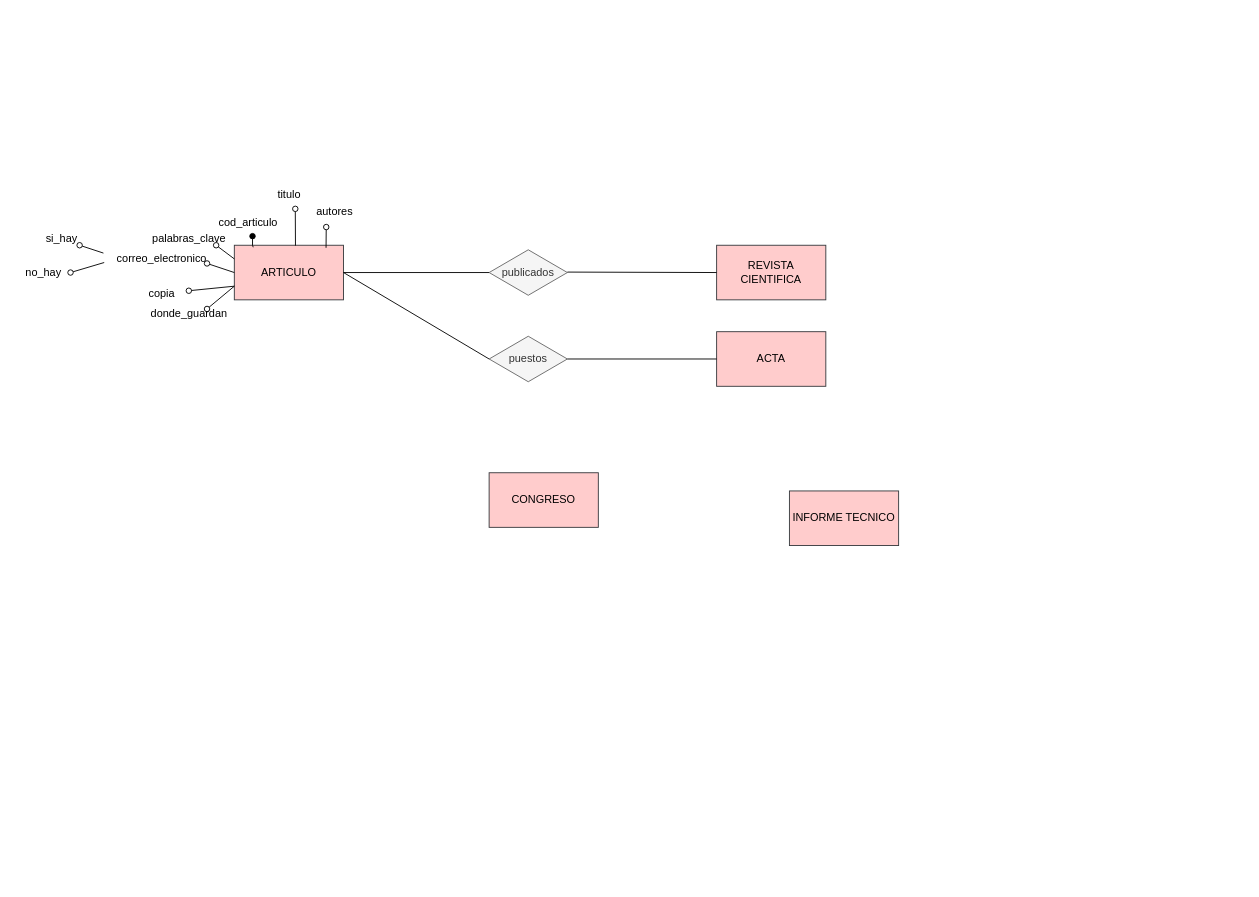
Above: Diagrama sin título.drawio in Paula424/Bases_De_Datos (draw.io), before the change. Source tidied: cells renumbered, new cells numbered last; positions are measured from the earlier drawing's top-left corner, leaving out a move shared by most shapes. Both pictures are drawn from the tidied source at 91%, with x=0, y=0 at pixel (15, 181).
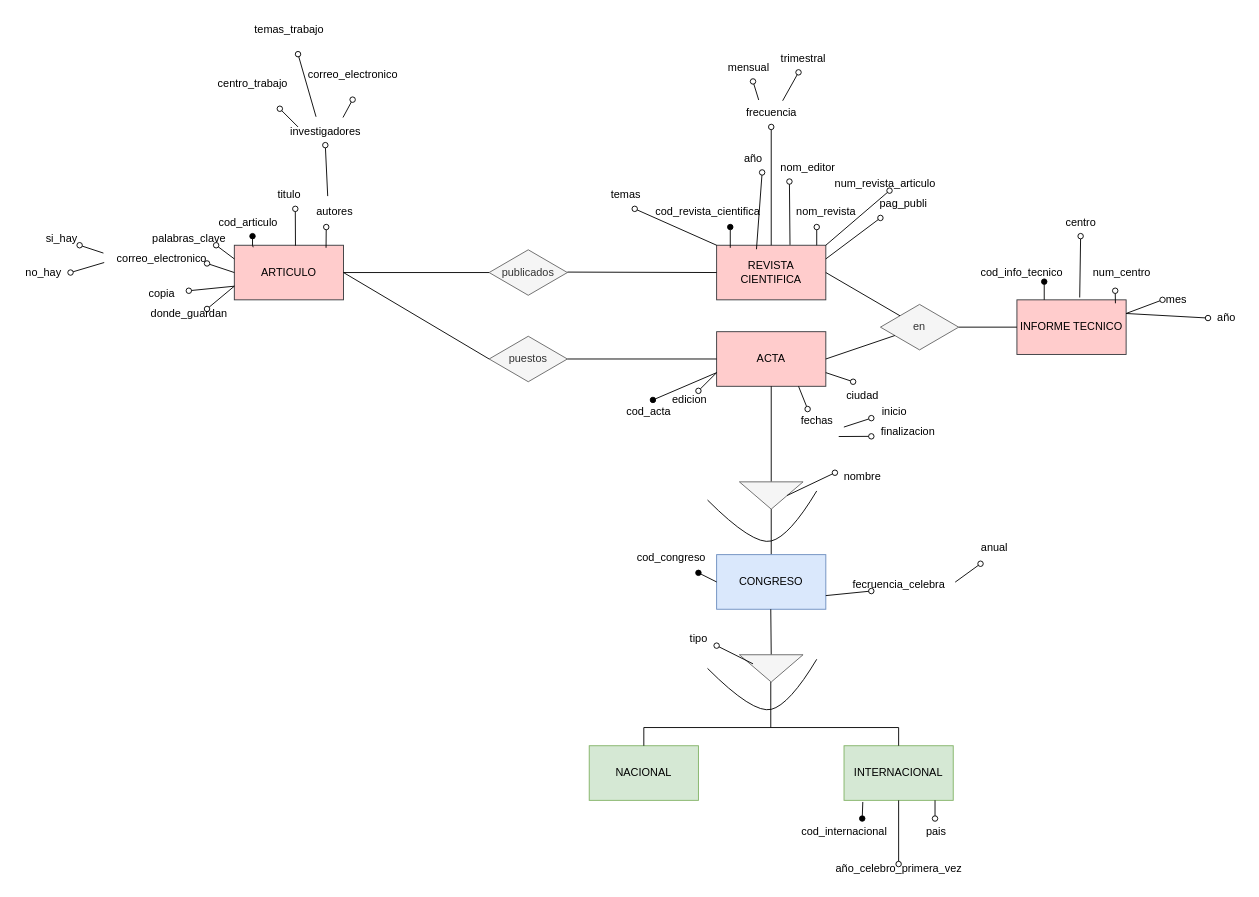
After the change.

Unchanged cells that the change refers to:
```xml
<mxCell id="4" value="ACTA" style="rounded=0;whiteSpace=wrap;html=1;fillColor=#ffcccc;strokeColor=#36393d;" parent="1" vertex="1">
  <mxGeometry x="770" y="165" width="120" height="60" as="geometry" />
</mxCell>
<mxCell id="5" value="REVISTA CIENTIFICA" style="rounded=0;whiteSpace=wrap;html=1;fillColor=#ffcccc;strokeColor=#36393d;" parent="1" vertex="1">
  <mxGeometry x="770" y="70" width="120" height="60" as="geometry" />
</mxCell>
<mxCell id="12" value="autores" style="text;html=1;align=center;verticalAlign=middle;points=[];strokeColor=none;fillColor=none;" parent="1" vertex="1">
  <mxGeometry x="320" y="18" width="60" height="30" as="geometry" />
</mxCell>
```

The edit, as a diff of the source:
```diff
@@
     <mxCell id="3" value="INFORME TECNICO" style="rounded=0;whiteSpace=wrap;html=1;fillColor=#ffcccc;strokeColor=#36393d;" parent="1" vertex="1">
-      <mxGeometry x="850" y="340" width="120" height="60" as="geometry" />
+      <mxGeometry x="1100" y="130" width="120" height="60" as="geometry" />
     </mxCell>
@@
-    <mxCell id="6" value="CONGRESO" style="rounded=0;whiteSpace=wrap;html=1;fillColor=#ffcccc;strokeColor=#36393d;" parent="1" vertex="1">
-      <mxGeometry x="520" y="320" width="120" height="60" as="geometry" />
-    </mxCell>
@@
+    <mxCell id="31" value="en" style="rhombus;whiteSpace=wrap;html=1;fillColor=#f5f5f5;fontColor=#333333;strokeColor=#666666;" parent="1" vertex="1">
+      <mxGeometry x="950" y="135" width="86" height="50" as="geometry" />
+    </mxCell>
+    <mxCell id="32" style="endArrow=none;html=1;rounded=0;exitX=1;exitY=0.5;exitDx=0;exitDy=0;entryX=0;entryY=0;entryDx=0;entryDy=0;" parent="1" edge="1" source="5" target="31">
+      <mxGeometry relative="1" as="geometry" />
+    </mxCell>
+    <mxCell id="33" style="endArrow=none;html=1;rounded=0;exitX=1;exitY=0.5;exitDx=0;exitDy=0;" parent="1" edge="1" source="4" target="31">
+      <mxGeometry relative="1" as="geometry" />
+    </mxCell>
+    <mxCell id="34" style="endArrow=none;html=1;rounded=0;exitX=1;exitY=0.5;exitDx=0;exitDy=0;entryX=0;entryY=0.5;entryDx=0;entryDy=0;" parent="1" edge="1" source="31" target="3">
+      <mxGeometry relative="1" as="geometry" />
+    </mxCell>
+    <mxCell id="35" style="endArrow=none;html=1;rounded=0;exitX=0.5;exitY=1;exitDx=0;exitDy=0;" parent="1" edge="1" source="4" target="36">
+      <mxGeometry relative="1" as="geometry" />
+    </mxCell>
+    <mxCell id="36" style="triangle;whiteSpace=wrap;html=1;rotation=90;fillColor=#f5f5f5;strokeColor=#666666;fontColor=#333333;" parent="1" vertex="1">
+      <mxGeometry x="815" y="310" width="30" height="70" as="geometry" />
+    </mxCell>
+    <mxCell id="37" style="endArrow=none;html=1;rounded=0;exitX=1;exitY=0.5;exitDx=0;exitDy=0;entryX=0.5;entryY=0;entryDx=0;entryDy=0;" parent="1" edge="1" source="36">
+      <mxGeometry relative="1" as="geometry">
+        <mxPoint x="830" y="410" as="targetPoint" />
+      </mxGeometry>
+    </mxCell>
+    <mxCell id="38" style="curved=1;endArrow=none;html=1;rounded=0;endFill=0;" parent="1" edge="1">
+      <mxGeometry relative="1" as="geometry">
+        <mxPoint x="760" y="350" as="sourcePoint" />
+        <mxPoint x="880" y="340" as="targetPoint" />
+        <Array as="points">
+          <mxPoint x="810" y="400" />
+          <mxPoint x="850" y="390" />
+        </Array>
+      </mxGeometry>
+    </mxCell>
+    <mxCell id="39" style="endArrow=oval;html=1;rounded=0;exitX=0.25;exitY=0;exitDx=0;exitDy=0;endFill=1;" parent="1" edge="1" source="3">
+      <mxGeometry relative="1" as="geometry">
+        <mxPoint x="1130" y="110" as="targetPoint" />
+      </mxGeometry>
+    </mxCell>
+    <mxCell id="40" value="cod_info_tecnico" style="text;html=1;align=center;verticalAlign=middle;strokeColor=none;fillColor=none;" parent="1" vertex="1">
+      <mxGeometry x="1050" y="85" width="110" height="30" as="geometry" />
+    </mxCell>
+    <mxCell id="41" style="endArrow=oval;html=1;rounded=0;exitX=0.902;exitY=0.063;exitDx=0;exitDy=0;exitPerimeter=0;endFill=0;" parent="1" edge="1" source="3">
+      <mxGeometry relative="1" as="geometry">
+        <mxPoint x="1208" y="120" as="targetPoint" />
+      </mxGeometry>
+    </mxCell>
+    <mxCell id="42" value="num_centro" style="text;html=1;align=center;verticalAlign=middle;strokeColor=none;fillColor=none;" parent="1" vertex="1">
+      <mxGeometry x="1170" y="85" width="90" height="30" as="geometry" />
+    </mxCell>
+    <mxCell id="43" style="endArrow=oval;html=1;rounded=0;exitX=0.575;exitY=-0.043;exitDx=0;exitDy=0;exitPerimeter=0;endFill=0;" parent="1" edge="1" source="3">
+      <mxGeometry relative="1" as="geometry">
+        <mxPoint x="1170" y="60" as="targetPoint" />
+      </mxGeometry>
+    </mxCell>
+    <mxCell id="44" value="centro" style="text;html=1;align=center;verticalAlign=middle;strokeColor=none;fillColor=none;" parent="1" vertex="1">
+      <mxGeometry x="1140" y="30" width="60" height="30" as="geometry" />
+    </mxCell>
+    <mxCell id="45" style="endArrow=oval;html=1;rounded=0;exitX=1;exitY=0.25;exitDx=0;exitDy=0;endFill=0;" parent="1" edge="1" source="3">
+      <mxGeometry relative="1" as="geometry">
+        <mxPoint x="1260" y="130" as="targetPoint" />
+      </mxGeometry>
+    </mxCell>
+    <mxCell id="46" value="mes" style="text;html=1;align=center;verticalAlign=middle;strokeColor=none;fillColor=none;" parent="1" vertex="1">
+      <mxGeometry x="1250" y="115" width="50" height="30" as="geometry" />
+    </mxCell>
+    <mxCell id="47" style="endArrow=oval;html=1;rounded=0;exitX=1;exitY=0.25;exitDx=0;exitDy=0;endFill=0;" parent="1" edge="1" source="3">
+      <mxGeometry relative="1" as="geometry">
+        <mxPoint x="1310" y="150" as="targetPoint" />
+      </mxGeometry>
+    </mxCell>
+    <mxCell id="48" value="año" style="text;html=1;align=center;verticalAlign=middle;strokeColor=none;fillColor=none;" parent="1" vertex="1">
+      <mxGeometry x="1310" y="135" width="40" height="30" as="geometry" />
+    </mxCell>
+    <mxCell id="49" style="endArrow=oval;html=1;rounded=0;exitX=0.5;exitY=0;exitDx=0;exitDy=0;endFill=0;" parent="1" edge="1" source="36">
+      <mxGeometry relative="1" as="geometry">
+        <mxPoint x="900" y="320" as="targetPoint" />
+      </mxGeometry>
+    </mxCell>
+    <mxCell id="50" value="nombre" style="text;html=1;align=center;verticalAlign=middle;strokeColor=none;fillColor=none;" parent="1" vertex="1">
+      <mxGeometry x="900" y="310" width="60" height="30" as="geometry" />
+    </mxCell>
+    <mxCell id="51" style="endArrow=oval;html=1;rounded=0;exitX=0;exitY=0.75;exitDx=0;exitDy=0;endFill=0;" parent="1" edge="1" source="4">
+      <mxGeometry relative="1" as="geometry">
+        <mxPoint x="750" y="230" as="targetPoint" />
+      </mxGeometry>
+    </mxCell>
+    <mxCell id="52" value="edicion" style="text;html=1;align=center;verticalAlign=middle;strokeColor=none;fillColor=none;" parent="1" vertex="1">
+      <mxGeometry x="710" y="225" width="60" height="30" as="geometry" />
+    </mxCell>
+    <mxCell id="53" style="endArrow=oval;html=1;rounded=0;exitX=0;exitY=0.75;exitDx=0;exitDy=0;endFill=1;" parent="1" edge="1" source="4">
+      <mxGeometry relative="1" as="geometry">
+        <mxPoint x="700" y="240" as="targetPoint" />
+      </mxGeometry>
+    </mxCell>
+    <mxCell id="54" value="cod_acta" style="text;html=1;align=center;verticalAlign=middle;strokeColor=none;fillColor=none;" parent="1" vertex="1">
+      <mxGeometry x="660" y="238" width="70" height="30" as="geometry" />
+    </mxCell>
+    <mxCell id="55" style="endArrow=oval;html=1;rounded=0;exitX=1;exitY=0.75;exitDx=0;exitDy=0;endFill=0;" parent="1" edge="1" source="4">
+      <mxGeometry relative="1" as="geometry">
+        <mxPoint x="920" y="220" as="targetPoint" />
+      </mxGeometry>
+    </mxCell>
+    <mxCell id="56" value="ciudad" style="text;html=1;align=center;verticalAlign=middle;strokeColor=none;fillColor=none;" parent="1" vertex="1">
+      <mxGeometry x="900" y="220" width="60" height="30" as="geometry" />
+    </mxCell>
+    <mxCell id="57" style="endArrow=oval;html=1;rounded=0;exitX=0.75;exitY=1;exitDx=0;exitDy=0;endFill=0;" parent="1" edge="1" source="4">
+      <mxGeometry relative="1" as="geometry">
+        <mxPoint x="870" y="250" as="targetPoint" />
+      </mxGeometry>
+    </mxCell>
+    <mxCell id="58" value="fechas" style="text;html=1;align=center;verticalAlign=middle;points=[];strokeColor=none;fillColor=none;" parent="1" vertex="1">
+      <mxGeometry x="850" y="248" width="60" height="30" as="geometry" />
+    </mxCell>
+    <mxCell id="59" style="endArrow=oval;html=1;rounded=0;exitX=0.997;exitY=0.727;exitDx=0;exitDy=0;exitPerimeter=0;endFill=0;" parent="1" edge="1" source="58">
+      <mxGeometry relative="1" as="geometry">
+        <mxPoint x="940" y="260" as="targetPoint" />
+      </mxGeometry>
+    </mxCell>
+    <mxCell id="60" value="inicio" style="text;html=1;align=center;verticalAlign=middle;strokeColor=none;fillColor=none;" parent="1" vertex="1">
+      <mxGeometry x="940" y="238" width="50" height="30" as="geometry" />
+    </mxCell>
+    <mxCell id="61" style="endArrow=oval;html=1;rounded=0;exitX=0.903;exitY=1.073;exitDx=0;exitDy=0;exitPerimeter=0;endFill=0;" parent="1" edge="1" source="58">
+      <mxGeometry relative="1" as="geometry">
+        <mxPoint x="940" y="280" as="targetPoint" />
+      </mxGeometry>
+    </mxCell>
+    <mxCell id="62" value="finalizacion" style="text;html=1;align=center;verticalAlign=middle;strokeColor=none;fillColor=none;" parent="1" vertex="1">
+      <mxGeometry x="940" y="260" width="80" height="30" as="geometry" />
+    </mxCell>
+    <mxCell id="6" value="CONGRESO" style="rounded=0;whiteSpace=wrap;html=1;fillColor=#dae8fc;strokeColor=#6c8ebf;" parent="1" vertex="1">
+      <mxGeometry x="770" y="410" width="120" height="60" as="geometry" />
+    </mxCell>
+    <mxCell id="63" style="endArrow=none;html=1;rounded=0;exitX=0.5;exitY=1;exitDx=0;exitDy=0;" parent="1" edge="1">
+      <mxGeometry relative="1" as="geometry">
+        <mxPoint x="829.5" y="470" as="sourcePoint" />
+        <mxPoint x="830" y="520" as="targetPoint" />
+      </mxGeometry>
+    </mxCell>
+    <mxCell id="64" style="triangle;whiteSpace=wrap;html=1;rotation=90;fillColor=#f5f5f5;strokeColor=#666666;fontColor=#333333;" parent="1" vertex="1">
+      <mxGeometry x="815" y="500" width="30" height="70" as="geometry" />
+    </mxCell>
+    <mxCell id="65" style="curved=1;endArrow=none;html=1;rounded=0;endFill=0;" parent="1" edge="1">
+      <mxGeometry relative="1" as="geometry">
+        <mxPoint x="760" y="535" as="sourcePoint" />
+        <mxPoint x="880" y="525" as="targetPoint" />
+        <Array as="points">
+          <mxPoint x="810" y="585" />
+          <mxPoint x="850" y="575" />
+        </Array>
+      </mxGeometry>
+    </mxCell>
+    <mxCell id="66" style="endArrow=none;html=1;rounded=0;exitX=1;exitY=0.5;exitDx=0;exitDy=0;entryX=0.5;entryY=0;entryDx=0;entryDy=0;" parent="1" edge="1">
+      <mxGeometry relative="1" as="geometry">
+        <mxPoint x="829.5" y="550" as="sourcePoint" />
+        <mxPoint x="829.5" y="600" as="targetPoint" />
+      </mxGeometry>
+    </mxCell>
+    <mxCell id="67" value="NACIONAL" style="rounded=0;whiteSpace=wrap;html=1;fillColor=#d5e8d4;strokeColor=#82b366;" parent="1" vertex="1">
+      <mxGeometry x="630" y="620" width="120" height="60" as="geometry" />
+    </mxCell>
+    <mxCell id="68" style="endArrow=none;html=1;rounded=0;" parent="1" edge="1">
+      <mxGeometry relative="1" as="geometry">
+        <mxPoint x="690" y="600" as="sourcePoint" />
+        <mxPoint x="970" y="600" as="targetPoint" />
+      </mxGeometry>
+    </mxCell>
+    <mxCell id="69" style="endArrow=none;html=1;rounded=0;exitX=0.5;exitY=0;exitDx=0;exitDy=0;exitPerimeter=0;" parent="1" edge="1" source="67">
+      <mxGeometry relative="1" as="geometry">
+        <mxPoint x="690" y="600" as="targetPoint" />
+      </mxGeometry>
+    </mxCell>
+    <mxCell id="70" value="INTERNACIONAL" style="rounded=0;whiteSpace=wrap;html=1;fillColor=#d5e8d4;strokeColor=#82b366;" parent="1" vertex="1">
+      <mxGeometry x="910" y="620" width="120" height="60" as="geometry" />
+    </mxCell>
+    <mxCell id="71" style="endArrow=none;html=1;rounded=0;entryX=0.5;entryY=0;entryDx=0;entryDy=0;" parent="1" edge="1" target="70">
+      <mxGeometry relative="1" as="geometry">
+        <mxPoint x="970" y="600" as="sourcePoint" />
+      </mxGeometry>
+    </mxCell>
+    <mxCell id="72" style="endArrow=oval;html=1;rounded=0;endFill=0;" parent="1" edge="1">
+      <mxGeometry relative="1" as="geometry">
+        <mxPoint x="810" y="530" as="sourcePoint" />
+        <mxPoint x="770" y="510" as="targetPoint" />
+      </mxGeometry>
+    </mxCell>
+    <mxCell id="73" value="tipo" style="text;html=1;align=center;verticalAlign=middle;strokeColor=none;fillColor=none;" parent="1" vertex="1">
+      <mxGeometry x="730" y="488" width="40" height="30" as="geometry" />
+    </mxCell>
+    <mxCell id="74" style="endArrow=oval;html=1;rounded=0;exitX=1;exitY=0.75;exitDx=0;exitDy=0;endFill=0;" parent="1" edge="1" source="6">
+      <mxGeometry relative="1" as="geometry">
+        <mxPoint x="940" y="450" as="targetPoint" />
+      </mxGeometry>
+    </mxCell>
+    <mxCell id="75" value="fecruencia_celebra" style="text;html=1;align=center;verticalAlign=middle;points=[];strokeColor=none;fillColor=none;" parent="1" vertex="1">
+      <mxGeometry x="910" y="428" width="120" height="30" as="geometry" />
+    </mxCell>
+    <mxCell id="76" style="endArrow=oval;html=1;rounded=0;exitX=0;exitY=0.5;exitDx=0;exitDy=0;endFill=1;" parent="1" edge="1" source="6">
+      <mxGeometry relative="1" as="geometry">
+        <mxPoint x="750" y="430" as="targetPoint" />
+      </mxGeometry>
+    </mxCell>
+    <mxCell id="77" value="cod_congreso" style="text;html=1;align=center;verticalAlign=middle;strokeColor=none;fillColor=none;" parent="1" vertex="1">
+      <mxGeometry x="670" y="398" width="100" height="30" as="geometry" />
+    </mxCell>
+    <mxCell id="78" style="endArrow=oval;html=1;rounded=0;exitX=1.018;exitY=0.407;exitDx=0;exitDy=0;exitPerimeter=0;endFill=0;" parent="1" edge="1" source="75">
+      <mxGeometry relative="1" as="geometry">
+        <mxPoint x="1060" y="420" as="targetPoint" />
+      </mxGeometry>
+    </mxCell>
+    <mxCell id="79" value="anual" style="text;html=1;align=center;verticalAlign=middle;strokeColor=none;fillColor=none;" parent="1" vertex="1">
+      <mxGeometry x="1050" y="388" width="50" height="30" as="geometry" />
+    </mxCell>
+    <mxCell id="80" style="endArrow=oval;html=1;rounded=0;exitX=0.172;exitY=1.03;exitDx=0;exitDy=0;endFill=1;exitPerimeter=0;" parent="1" edge="1" source="70">
+      <mxGeometry relative="1" as="geometry">
+        <mxPoint x="930" y="700" as="targetPoint" />
+      </mxGeometry>
+    </mxCell>
+    <mxCell id="81" value="cod_internacional" style="text;html=1;align=center;verticalAlign=middle;strokeColor=none;fillColor=none;" parent="1" vertex="1">
+      <mxGeometry x="850" y="700" width="120" height="30" as="geometry" />
+    </mxCell>
+    <mxCell id="82" style="endArrow=oval;html=1;rounded=0;endFill=0;" parent="1" edge="1">
+      <mxGeometry relative="1" as="geometry">
+        <mxPoint x="1010" y="680" as="sourcePoint" />
+        <mxPoint x="1010" y="700" as="targetPoint" />
+      </mxGeometry>
+    </mxCell>
+    <mxCell id="83" value="pais" style="text;html=1;align=center;verticalAlign=middle;strokeColor=none;fillColor=none;" parent="1" vertex="1">
+      <mxGeometry x="986" y="700" width="50" height="30" as="geometry" />
+    </mxCell>
+    <mxCell id="84" style="endArrow=oval;html=1;rounded=0;exitX=0.5;exitY=1;exitDx=0;exitDy=0;endFill=0;" parent="1" edge="1" source="70">
+      <mxGeometry relative="1" as="geometry">
+        <mxPoint x="970" y="750" as="targetPoint" />
+      </mxGeometry>
+    </mxCell>
+    <mxCell id="85" value="año_celebro_primera_vez" style="text;html=1;align=center;verticalAlign=middle;strokeColor=none;fillColor=none;" parent="1" vertex="1">
+      <mxGeometry x="890" y="740" width="160" height="30" as="geometry" />
+    </mxCell>
+    <mxCell id="86" style="endArrow=oval;html=1;rounded=0;exitX=0.125;exitY=0.047;exitDx=0;exitDy=0;exitPerimeter=0;endFill=1;" parent="1" edge="1" source="5">
+      <mxGeometry relative="1" as="geometry">
+        <mxPoint x="785" y="50" as="targetPoint" />
+      </mxGeometry>
+    </mxCell>
+    <mxCell id="87" value="cod_revista_cientifica" style="text;html=1;align=center;verticalAlign=middle;strokeColor=none;fillColor=none;" parent="1" vertex="1">
+      <mxGeometry x="690" y="18" width="140" height="30" as="geometry" />
+    </mxCell>
+    <mxCell id="88" style="endArrow=oval;html=1;rounded=0;endFill=0;" parent="1" edge="1">
+      <mxGeometry relative="1" as="geometry">
+        <mxPoint x="880" y="70" as="sourcePoint" />
+        <mxPoint x="880" y="50" as="targetPoint" />
+      </mxGeometry>
+    </mxCell>
+    <mxCell id="89" value="nom_revista" style="text;html=1;align=center;verticalAlign=middle;strokeColor=none;fillColor=none;" parent="1" vertex="1">
+      <mxGeometry x="845" y="18" width="90" height="30" as="geometry" />
+    </mxCell>
+    <mxCell id="90" style="endArrow=oval;html=1;rounded=0;exitX=0.672;exitY=-0.007;exitDx=0;exitDy=0;exitPerimeter=0;endFill=0;" parent="1" edge="1" source="5">
+      <mxGeometry relative="1" as="geometry">
+        <mxPoint x="850" as="targetPoint" />
+      </mxGeometry>
+    </mxCell>
+    <mxCell id="91" value="nom_editor" style="text;html=1;align=center;verticalAlign=middle;strokeColor=none;fillColor=none;" parent="1" vertex="1">
+      <mxGeometry x="830" y="-30" width="80" height="30" as="geometry" />
+    </mxCell>
+    <mxCell id="92" style="endArrow=oval;html=1;rounded=0;exitX=0.5;exitY=0;exitDx=0;exitDy=0;endFill=0;" parent="1" edge="1" source="5">
+      <mxGeometry relative="1" as="geometry">
+        <mxPoint x="830" y="-60" as="targetPoint" />
+      </mxGeometry>
+    </mxCell>
+    <mxCell id="93" value="frecuencia" style="text;html=1;align=center;verticalAlign=middle;points=[];strokeColor=none;fillColor=none;" parent="1" vertex="1">
+      <mxGeometry x="790" y="-90" width="80" height="30" as="geometry" />
+    </mxCell>
+    <mxCell id="94" style="endArrow=oval;html=1;rounded=0;exitX=0.328;exitY=0.013;exitDx=0;exitDy=0;exitPerimeter=0;endFill=0;" parent="1" edge="1" source="93">
+      <mxGeometry relative="1" as="geometry">
+        <mxPoint x="810" y="-110" as="targetPoint" />
+      </mxGeometry>
+    </mxCell>
+    <mxCell id="95" value="mensual" style="text;html=1;align=center;verticalAlign=middle;strokeColor=none;fillColor=none;" parent="1" vertex="1">
+      <mxGeometry x="770" y="-140" width="70" height="30" as="geometry" />
+    </mxCell>
+    <mxCell id="96" style="endArrow=oval;html=1;rounded=0;exitX=0.657;exitY=0.04;exitDx=0;exitDy=0;exitPerimeter=0;endFill=0;" parent="1" edge="1" source="93">
+      <mxGeometry relative="1" as="geometry">
+        <mxPoint x="860" y="-120" as="targetPoint" />
+      </mxGeometry>
+    </mxCell>
+    <mxCell id="97" value="trimestral" style="text;html=1;align=center;verticalAlign=middle;strokeColor=none;fillColor=none;" parent="1" vertex="1">
+      <mxGeometry x="830" y="-150" width="70" height="30" as="geometry" />
+    </mxCell>
+    <mxCell id="98" style="endArrow=oval;html=1;rounded=0;exitX=0.365;exitY=0.073;exitDx=0;exitDy=0;exitPerimeter=0;endFill=0;" parent="1" edge="1" source="5">
+      <mxGeometry relative="1" as="geometry">
+        <mxPoint x="820" y="-10" as="targetPoint" />
+      </mxGeometry>
+    </mxCell>
+    <mxCell id="99" value="año" style="text;html=1;align=center;verticalAlign=middle;strokeColor=none;fillColor=none;" parent="1" vertex="1">
+      <mxGeometry x="790" y="-40" width="40" height="30" as="geometry" />
+    </mxCell>
+    <mxCell id="100" style="endArrow=oval;html=1;rounded=0;exitX=0;exitY=0;exitDx=0;exitDy=0;endFill=0;" parent="1" edge="1" source="5">
+      <mxGeometry relative="1" as="geometry">
+        <mxPoint x="680" y="30" as="targetPoint" />
+      </mxGeometry>
+    </mxCell>
+    <mxCell id="101" value="temas" style="text;html=1;align=center;verticalAlign=middle;strokeColor=none;fillColor=none;" parent="1" vertex="1">
+      <mxGeometry x="640" width="60" height="30" as="geometry" />
+    </mxCell>
+    <mxCell id="102" style="endArrow=oval;html=1;rounded=0;exitX=1;exitY=0;exitDx=0;exitDy=0;endFill=0;" parent="1" edge="1" source="5">
+      <mxGeometry relative="1" as="geometry">
+        <mxPoint x="960" y="10" as="targetPoint" />
+      </mxGeometry>
+    </mxCell>
+    <mxCell id="103" value="num_revista_articulo" style="text;html=1;align=center;verticalAlign=middle;strokeColor=none;fillColor=none;" parent="1" vertex="1">
+      <mxGeometry x="890" y="-12" width="130" height="30" as="geometry" />
+    </mxCell>
+    <mxCell id="104" style="endArrow=oval;html=1;rounded=0;exitX=1;exitY=0.25;exitDx=0;exitDy=0;endFill=0;" parent="1" edge="1" source="5">
+      <mxGeometry relative="1" as="geometry">
+        <mxPoint x="950" y="40" as="targetPoint" />
+      </mxGeometry>
+    </mxCell>
+    <mxCell id="105" value="pag_publi" style="text;html=1;align=center;verticalAlign=middle;strokeColor=none;fillColor=none;" parent="1" vertex="1">
+      <mxGeometry x="935" y="10" width="80" height="30" as="geometry" />
+    </mxCell>
+    <mxCell id="106" style="endArrow=oval;html=1;rounded=0;exitX=0.377;exitY=-0.067;exitDx=0;exitDy=0;exitPerimeter=0;endFill=0;" parent="1" edge="1" source="12">
+      <mxGeometry relative="1" as="geometry">
+        <mxPoint x="340" y="-40" as="targetPoint" />
+      </mxGeometry>
+    </mxCell>
+    <mxCell id="107" value="investigadores" style="text;html=1;align=center;verticalAlign=middle;points=[];strokeColor=none;fillColor=none;" parent="1" vertex="1">
+      <mxGeometry x="290" y="-70" width="100" height="30" as="geometry" />
+    </mxCell>
+    <mxCell id="108" style="endArrow=oval;html=1;rounded=0;exitX=0.2;exitY=0;exitDx=0;exitDy=0;exitPerimeter=0;endFill=0;" parent="1" edge="1">
+      <mxGeometry relative="1" as="geometry">
+        <mxPoint x="310" y="-60" as="sourcePoint" />
+        <mxPoint x="290" y="-80" as="targetPoint" />
+      </mxGeometry>
+    </mxCell>
+    <mxCell id="109" value="centro_trabajo" style="text;html=1;align=center;verticalAlign=middle;strokeColor=none;fillColor=none;" parent="1" vertex="1">
+      <mxGeometry x="210" y="-122" width="100" height="30" as="geometry" />
+    </mxCell>
+    <mxCell id="110" style="endArrow=oval;html=1;rounded=0;exitX=0.694;exitY=-0.013;exitDx=0;exitDy=0;exitPerimeter=0;endFill=0;" parent="1" edge="1" source="107">
+      <mxGeometry relative="1" as="geometry">
+        <mxPoint x="370" y="-90" as="targetPoint" />
+      </mxGeometry>
+    </mxCell>
+    <mxCell id="111" value="correo_electronico" style="text;html=1;align=center;verticalAlign=middle;strokeColor=none;fillColor=none;" parent="1" vertex="1">
+      <mxGeometry x="310" y="-132" width="120" height="30" as="geometry" />
+    </mxCell>
+    <mxCell id="112" style="endArrow=oval;html=1;rounded=0;exitX=0.398;exitY=-0.04;exitDx=0;exitDy=0;exitPerimeter=0;endFill=0;" parent="1" edge="1" source="107">
+      <mxGeometry relative="1" as="geometry">
+        <mxPoint x="310" y="-140" as="targetPoint" />
+      </mxGeometry>
+    </mxCell>
+    <mxCell id="113" value="temas_trabajo" style="text;html=1;align=center;verticalAlign=middle;strokeColor=none;fillColor=none;" parent="1" vertex="1">
+      <mxGeometry x="250" y="-182" width="100" height="30" as="geometry" />
+    </mxCell>
```
